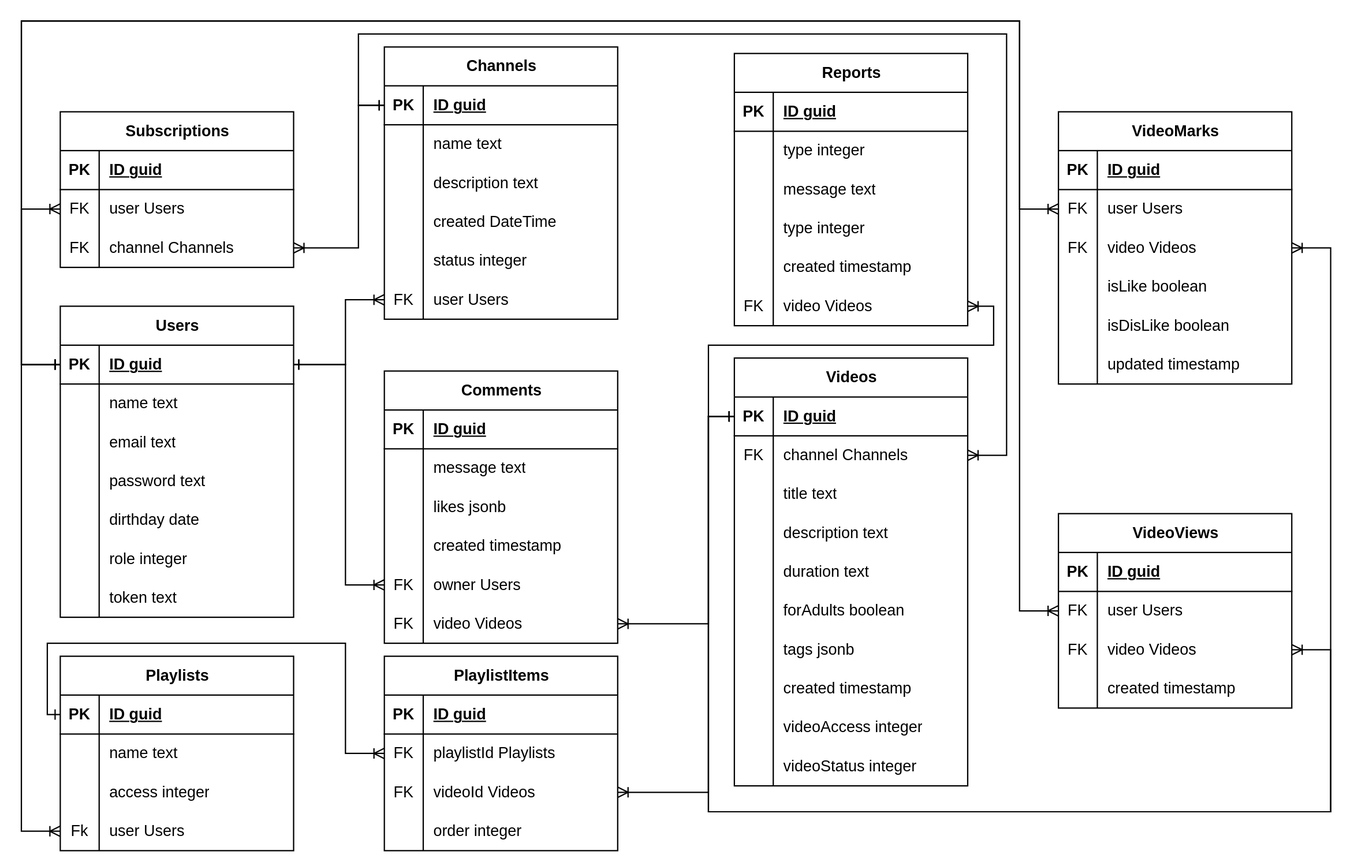
Above: BD.drawio.svg in DioMain/BYTUBE (draw.io), before the change. Source tidied: cells renumbered, new cells last; positions are measured from the earlier drawing's top-left corner, leaving out a move shared by most shapes.
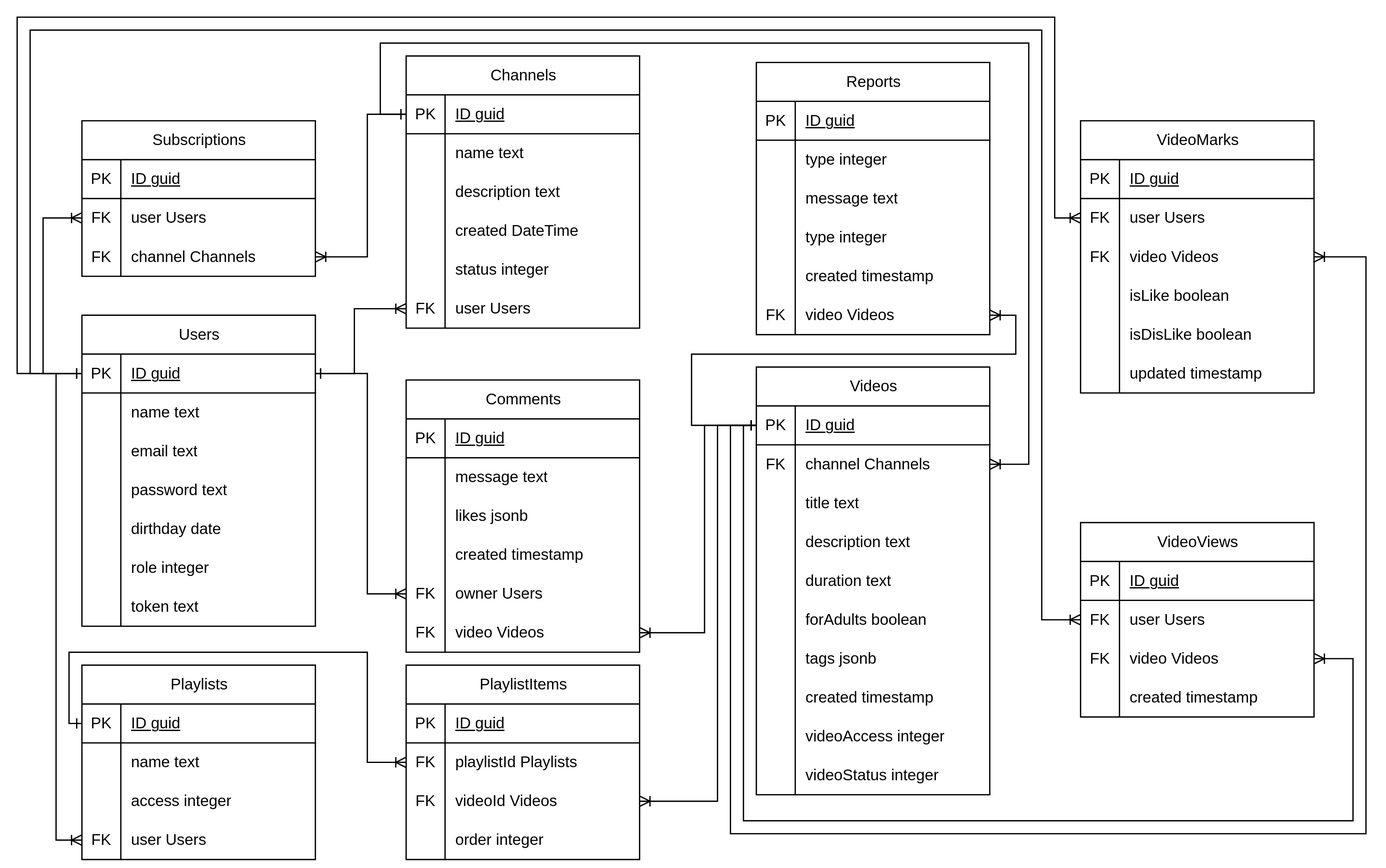
Above is the later version.

What changed in the source:
```diff
@@ -4,3 +4,3 @@
     <mxCell id="1" parent="0" />
-    <mxCell id="2" value="Users" style="shape=table;startSize=30;rowLines=0;fontStyle=1;align=center;html=1;" parent="1" vertex="1">
+    <mxCell id="2" value="Users" style="shape=table;startSize=30;rowLines=0;fontStyle=0;align=center;html=1;" parent="1" vertex="1">
       <mxGeometry x="30" y="220" width="180" height="240" as="geometry" />
@@ -10,6 +10,6 @@
     </mxCell>
-    <mxCell id="4" value="PK" style="shape=partialRectangle;fillColor=none;top=0;left=0;bottom=0;right=0;fontStyle=1;overflow=hidden;whiteSpace=wrap;html=1;" parent="3" vertex="1">
+    <mxCell id="4" value="PK" style="shape=partialRectangle;fillColor=none;top=0;left=0;bottom=0;right=0;fontStyle=0;overflow=hidden;whiteSpace=wrap;html=1;" parent="3" vertex="1">
       <mxGeometry width="30" height="30" as="geometry" />
     </mxCell>
-    <mxCell id="5" value="ID guid" style="shape=partialRectangle;fillColor=none;top=0;left=0;bottom=0;right=0;align=left;spacingLeft=6;fontStyle=5;overflow=hidden;whiteSpace=wrap;html=1;" parent="3" vertex="1">
+    <mxCell id="5" value="ID guid" style="shape=partialRectangle;fillColor=none;top=0;left=0;bottom=0;right=0;align=left;spacingLeft=6;fontStyle=4;overflow=hidden;whiteSpace=wrap;html=1;" parent="3" vertex="1">
       <mxGeometry x="30" width="150" height="30" as="geometry" />
@@ -70,3 +70,3 @@
     </mxCell>
-    <mxCell id="24" value="Channels" style="shape=table;startSize=30;rowLines=0;fontStyle=1;align=center;html=1;" parent="1" vertex="1">
+    <mxCell id="24" value="Channels" style="shape=table;startSize=30;rowLines=0;fontStyle=0;align=center;html=1;" parent="1" vertex="1">
       <mxGeometry x="280" y="20" width="180" height="210" as="geometry" />
@@ -76,6 +76,6 @@
     </mxCell>
-    <mxCell id="26" value="PK" style="shape=partialRectangle;fillColor=none;top=0;left=0;bottom=0;right=0;fontStyle=1;overflow=hidden;whiteSpace=wrap;html=1;" parent="25" vertex="1">
+    <mxCell id="26" value="PK" style="shape=partialRectangle;fillColor=none;top=0;left=0;bottom=0;right=0;fontStyle=0;overflow=hidden;whiteSpace=wrap;html=1;" parent="25" vertex="1">
       <mxGeometry width="30" height="30" as="geometry" />
     </mxCell>
-    <mxCell id="27" value="ID guid" style="shape=partialRectangle;fillColor=none;top=0;left=0;bottom=0;right=0;align=left;spacingLeft=6;fontStyle=5;overflow=hidden;whiteSpace=wrap;html=1;" parent="25" vertex="1">
+    <mxCell id="27" value="ID guid" style="shape=partialRectangle;fillColor=none;top=0;left=0;bottom=0;right=0;align=left;spacingLeft=6;fontStyle=4;overflow=hidden;whiteSpace=wrap;html=1;" parent="25" vertex="1">
       <mxGeometry x="30" width="150" height="30" as="geometry" />
@@ -127,3 +127,3 @@
     </mxCell>
-    <mxCell id="43" value="Videos" style="shape=table;startSize=30;rowLines=0;fontStyle=1;align=center;html=1;" parent="1" vertex="1">
+    <mxCell id="43" value="Videos" style="shape=table;startSize=30;rowLines=0;fontStyle=0;align=center;html=1;" parent="1" vertex="1">
       <mxGeometry x="550" y="260" width="180" height="330" as="geometry" />
@@ -133,6 +133,6 @@
     </mxCell>
-    <mxCell id="45" value="PK" style="shape=partialRectangle;fillColor=none;top=0;left=0;bottom=0;right=0;fontStyle=1;overflow=hidden;whiteSpace=wrap;html=1;" parent="44" vertex="1">
+    <mxCell id="45" value="PK" style="shape=partialRectangle;fillColor=none;top=0;left=0;bottom=0;right=0;fontStyle=0;overflow=hidden;whiteSpace=wrap;html=1;" parent="44" vertex="1">
       <mxGeometry width="30" height="30" as="geometry" />
     </mxCell>
-    <mxCell id="46" value="ID guid" style="shape=partialRectangle;fillColor=none;top=0;left=0;bottom=0;right=0;align=left;spacingLeft=6;fontStyle=5;overflow=hidden;whiteSpace=wrap;html=1;" parent="44" vertex="1">
+    <mxCell id="46" value="ID guid" style="shape=partialRectangle;fillColor=none;top=0;left=0;bottom=0;right=0;align=left;spacingLeft=6;fontStyle=4;overflow=hidden;whiteSpace=wrap;html=1;" parent="44" vertex="1">
       <mxGeometry x="30" width="150" height="30" as="geometry" />
@@ -220,3 +220,3 @@
     </mxCell>
-    <mxCell id="74" value="Subscriptions" style="shape=table;startSize=30;rowLines=0;fontStyle=1;align=center;html=1;" parent="1" vertex="1">
+    <mxCell id="74" value="&lt;span style=&quot;&quot;&gt;Subscriptions&lt;/span&gt;" style="shape=table;startSize=30;rowLines=0;fontStyle=0;align=center;html=1;" parent="1" vertex="1">
       <mxGeometry x="30" y="70" width="180" height="120" as="geometry" />
@@ -226,6 +226,6 @@
     </mxCell>
-    <mxCell id="76" value="PK" style="shape=partialRectangle;fillColor=none;top=0;left=0;bottom=0;right=0;fontStyle=1;overflow=hidden;whiteSpace=wrap;html=1;" parent="75" vertex="1">
+    <mxCell id="76" value="PK" style="shape=partialRectangle;fillColor=none;top=0;left=0;bottom=0;right=0;fontStyle=0;overflow=hidden;whiteSpace=wrap;html=1;" parent="75" vertex="1">
       <mxGeometry width="30" height="30" as="geometry" />
     </mxCell>
-    <mxCell id="77" value="ID guid" style="shape=partialRectangle;fillColor=none;top=0;left=0;bottom=0;right=0;align=left;spacingLeft=6;fontStyle=5;overflow=hidden;whiteSpace=wrap;html=1;" parent="75" vertex="1">
+    <mxCell id="77" value="ID guid" style="shape=partialRectangle;fillColor=none;top=0;left=0;bottom=0;right=0;align=left;spacingLeft=6;fontStyle=4;overflow=hidden;whiteSpace=wrap;html=1;" parent="75" vertex="1">
       <mxGeometry x="30" width="150" height="30" as="geometry" />
@@ -250,3 +250,3 @@
     </mxCell>
-    <mxCell id="84" value="Reports" style="shape=table;startSize=30;rowLines=0;fontStyle=1;align=center;html=1;" parent="1" vertex="1">
+    <mxCell id="84" value="Reports" style="shape=table;startSize=30;rowLines=0;fontStyle=0;align=center;html=1;" parent="1" vertex="1">
       <mxGeometry x="550" y="25" width="180" height="210" as="geometry" />
@@ -256,6 +256,6 @@
     </mxCell>
-    <mxCell id="86" value="PK" style="shape=partialRectangle;fillColor=none;top=0;left=0;bottom=0;right=0;fontStyle=1;overflow=hidden;whiteSpace=wrap;html=1;" parent="85" vertex="1">
+    <mxCell id="86" value="PK" style="shape=partialRectangle;fillColor=none;top=0;left=0;bottom=0;right=0;fontStyle=0;overflow=hidden;whiteSpace=wrap;html=1;" parent="85" vertex="1">
       <mxGeometry width="30" height="30" as="geometry" />
     </mxCell>
-    <mxCell id="87" value="ID guid" style="shape=partialRectangle;fillColor=none;top=0;left=0;bottom=0;right=0;align=left;spacingLeft=6;fontStyle=5;overflow=hidden;whiteSpace=wrap;html=1;" parent="85" vertex="1">
+    <mxCell id="87" value="ID guid" style="shape=partialRectangle;fillColor=none;top=0;left=0;bottom=0;right=0;align=left;spacingLeft=6;fontStyle=4;overflow=hidden;whiteSpace=wrap;html=1;" parent="85" vertex="1">
       <mxGeometry x="30" width="150" height="30" as="geometry" />
@@ -307,3 +307,3 @@
     </mxCell>
-    <mxCell id="103" value="Comments" style="shape=table;startSize=30;rowLines=0;fontStyle=1;align=center;html=1;" parent="1" vertex="1">
+    <mxCell id="103" value="Comments" style="shape=table;startSize=30;rowLines=0;fontStyle=0;align=center;html=1;" parent="1" vertex="1">
       <mxGeometry x="280" y="270" width="180" height="210" as="geometry" />
@@ -313,6 +313,6 @@
     </mxCell>
-    <mxCell id="105" value="PK" style="shape=partialRectangle;fillColor=none;top=0;left=0;bottom=0;right=0;fontStyle=1;overflow=hidden;whiteSpace=wrap;html=1;" parent="104" vertex="1">
+    <mxCell id="105" value="PK" style="shape=partialRectangle;fillColor=none;top=0;left=0;bottom=0;right=0;fontStyle=0;overflow=hidden;whiteSpace=wrap;html=1;" parent="104" vertex="1">
       <mxGeometry width="30" height="30" as="geometry" />
     </mxCell>
-    <mxCell id="106" value="ID guid" style="shape=partialRectangle;fillColor=none;top=0;left=0;bottom=0;right=0;align=left;spacingLeft=6;fontStyle=5;overflow=hidden;whiteSpace=wrap;html=1;" parent="104" vertex="1">
+    <mxCell id="106" value="ID guid" style="shape=partialRectangle;fillColor=none;top=0;left=0;bottom=0;right=0;align=left;spacingLeft=6;fontStyle=4;overflow=hidden;whiteSpace=wrap;html=1;" parent="104" vertex="1">
       <mxGeometry x="30" width="150" height="30" as="geometry" />
@@ -364,3 +364,3 @@
     </mxCell>
-    <mxCell id="122" value="PlaylistItems" style="shape=table;startSize=30;rowLines=0;fontStyle=1;align=center;html=1;" parent="1" vertex="1">
+    <mxCell id="122" value="PlaylistItems" style="shape=table;startSize=30;rowLines=0;fontStyle=0;align=center;html=1;" parent="1" vertex="1">
       <mxGeometry x="280" y="490" width="180" height="150" as="geometry" />
@@ -370,6 +370,6 @@
     </mxCell>
-    <mxCell id="124" value="PK" style="shape=partialRectangle;fillColor=none;top=0;left=0;bottom=0;right=0;fontStyle=1;overflow=hidden;whiteSpace=wrap;html=1;" parent="123" vertex="1">
+    <mxCell id="124" value="PK" style="shape=partialRectangle;fillColor=none;top=0;left=0;bottom=0;right=0;fontStyle=0;overflow=hidden;whiteSpace=wrap;html=1;" parent="123" vertex="1">
       <mxGeometry width="30" height="30" as="geometry" />
     </mxCell>
-    <mxCell id="125" value="ID guid" style="shape=partialRectangle;fillColor=none;top=0;left=0;bottom=0;right=0;align=left;spacingLeft=6;fontStyle=5;overflow=hidden;whiteSpace=wrap;html=1;" parent="123" vertex="1">
+    <mxCell id="125" value="ID guid" style="shape=partialRectangle;fillColor=none;top=0;left=0;bottom=0;right=0;align=left;spacingLeft=6;fontStyle=4;overflow=hidden;whiteSpace=wrap;html=1;" parent="123" vertex="1">
       <mxGeometry x="30" width="150" height="30" as="geometry" />
@@ -403,3 +403,3 @@
     </mxCell>
-    <mxCell id="135" value="Playlists" style="shape=table;startSize=30;rowLines=0;fontStyle=1;align=center;html=1;" parent="1" vertex="1">
+    <mxCell id="135" value="Playlists" style="shape=table;startSize=30;rowLines=0;fontStyle=0;align=center;html=1;" parent="1" vertex="1">
       <mxGeometry x="30" y="490" width="180" height="150" as="geometry" />
@@ -409,6 +409,6 @@
     </mxCell>
-    <mxCell id="137" value="PK" style="shape=partialRectangle;fillColor=none;top=0;left=0;bottom=0;right=0;fontStyle=1;overflow=hidden;whiteSpace=wrap;html=1;" parent="136" vertex="1">
+    <mxCell id="137" value="PK" style="shape=partialRectangle;fillColor=none;top=0;left=0;bottom=0;right=0;fontStyle=0;overflow=hidden;whiteSpace=wrap;html=1;" parent="136" vertex="1">
       <mxGeometry width="30" height="30" as="geometry" />
     </mxCell>
-    <mxCell id="138" value="ID guid" style="shape=partialRectangle;fillColor=none;top=0;left=0;bottom=0;right=0;align=left;spacingLeft=6;fontStyle=5;overflow=hidden;whiteSpace=wrap;html=1;" parent="136" vertex="1">
+    <mxCell id="138" value="ID guid" style="shape=partialRectangle;fillColor=none;top=0;left=0;bottom=0;right=0;align=left;spacingLeft=6;fontStyle=4;overflow=hidden;whiteSpace=wrap;html=1;" parent="136" vertex="1">
       <mxGeometry x="30" width="150" height="30" as="geometry" />
@@ -436,3 +436,3 @@
     </mxCell>
-    <mxCell id="146" value="Fk" style="shape=partialRectangle;fillColor=none;top=0;left=0;bottom=0;right=0;overflow=hidden;whiteSpace=wrap;html=1;" parent="145" vertex="1">
+    <mxCell id="146" value="FK" style="shape=partialRectangle;fillColor=none;top=0;left=0;bottom=0;right=0;overflow=hidden;whiteSpace=wrap;html=1;" parent="145" vertex="1">
       <mxGeometry width="30" height="30" as="geometry" />
@@ -445,4 +445,4 @@
         <Array as="points">
-          <mxPoint x="250" y="265" />
-          <mxPoint x="250" y="215" />
+          <mxPoint x="240" y="265" />
+          <mxPoint x="240" y="215" />
         </Array>
@@ -469,4 +469,4 @@
         <Array as="points">
-          <mxPoint x="260" y="65" />
-          <mxPoint x="260" y="175" />
+          <mxPoint x="250" y="65" />
+          <mxPoint x="250" y="175" />
         </Array>
@@ -492,3 +492,3 @@
     </mxCell>
-    <mxCell id="154" value="VideoMarks" style="shape=table;startSize=30;rowLines=0;fontStyle=1;align=center;html=1;" parent="1" vertex="1">
+    <mxCell id="154" value="VideoMarks" style="shape=table;startSize=30;rowLines=0;fontStyle=0;align=center;html=1;" parent="1" vertex="1">
       <mxGeometry x="800" y="70" width="180" height="210" as="geometry" />
@@ -498,6 +498,6 @@
     </mxCell>
-    <mxCell id="156" value="PK" style="shape=partialRectangle;fillColor=none;top=0;left=0;bottom=0;right=0;fontStyle=1;overflow=hidden;whiteSpace=wrap;html=1;" parent="155" vertex="1">
+    <mxCell id="156" value="PK" style="shape=partialRectangle;fillColor=none;top=0;left=0;bottom=0;right=0;fontStyle=0;overflow=hidden;whiteSpace=wrap;html=1;" parent="155" vertex="1">
       <mxGeometry width="30" height="30" as="geometry" />
     </mxCell>
-    <mxCell id="157" value="ID guid" style="shape=partialRectangle;fillColor=none;top=0;left=0;bottom=0;right=0;align=left;spacingLeft=6;fontStyle=5;overflow=hidden;whiteSpace=wrap;html=1;" parent="155" vertex="1">
+    <mxCell id="157" value="ID guid" style="shape=partialRectangle;fillColor=none;top=0;left=0;bottom=0;right=0;align=left;spacingLeft=6;fontStyle=4;overflow=hidden;whiteSpace=wrap;html=1;" parent="155" vertex="1">
       <mxGeometry x="30" width="150" height="30" as="geometry" />
@@ -549,3 +549,3 @@
     </mxCell>
-    <mxCell id="173" value="VideoViews" style="shape=table;startSize=30;rowLines=0;fontStyle=1;align=center;html=1;" parent="1" vertex="1">
+    <mxCell id="173" value="VideoViews" style="shape=table;startSize=30;rowLines=0;fontStyle=0;align=center;html=1;" parent="1" vertex="1">
       <mxGeometry x="800" y="380" width="180" height="150" as="geometry" />
@@ -555,6 +555,6 @@
     </mxCell>
-    <mxCell id="175" value="PK" style="shape=partialRectangle;fillColor=none;top=0;left=0;bottom=0;right=0;fontStyle=1;overflow=hidden;whiteSpace=wrap;html=1;" parent="174" vertex="1">
+    <mxCell id="175" value="PK" style="shape=partialRectangle;fillColor=none;top=0;left=0;bottom=0;right=0;fontStyle=0;overflow=hidden;whiteSpace=wrap;html=1;" parent="174" vertex="1">
       <mxGeometry width="30" height="30" as="geometry" />
     </mxCell>
-    <mxCell id="176" value="ID guid" style="shape=partialRectangle;fillColor=none;top=0;left=0;bottom=0;right=0;align=left;spacingLeft=6;fontStyle=5;overflow=hidden;whiteSpace=wrap;html=1;" parent="174" vertex="1">
+    <mxCell id="176" value="ID guid" style="shape=partialRectangle;fillColor=none;top=0;left=0;bottom=0;right=0;align=left;spacingLeft=6;fontStyle=4;overflow=hidden;whiteSpace=wrap;html=1;" parent="174" vertex="1">
       <mxGeometry x="30" width="150" height="30" as="geometry" />
@@ -591,4 +591,4 @@
         <Array as="points">
-          <mxPoint x="530" y="305" />
-          <mxPoint x="530" y="250" />
+          <mxPoint x="500" y="305" />
+          <mxPoint x="500" y="250" />
           <mxPoint x="750" y="250" />
@@ -601,4 +601,4 @@
         <Array as="points">
-          <mxPoint x="530" y="305" />
-          <mxPoint x="530" y="465" />
+          <mxPoint x="510" y="305" />
+          <mxPoint x="510" y="465" />
         </Array>
@@ -609,4 +609,4 @@
         <Array as="points">
-          <mxPoint x="530" y="305" />
-          <mxPoint x="530" y="595" />
+          <mxPoint x="520" y="305" />
+          <mxPoint x="520" y="595" />
         </Array>
@@ -617,4 +617,4 @@
         <Array as="points">
-          <mxPoint y="265" />
-          <mxPoint y="625" />
+          <mxPoint x="10" y="265" />
+          <mxPoint x="10" y="625" />
         </Array>
@@ -625,4 +625,4 @@
         <Array as="points">
-          <mxPoint x="530" y="305" />
-          <mxPoint x="530" y="610" />
+          <mxPoint x="540" y="305" />
+          <mxPoint x="540" y="610" />
           <mxPoint x="1010" y="610" />
@@ -647,5 +647,5 @@
           <mxPoint x="530" y="305" />
-          <mxPoint x="530" y="610" />
-          <mxPoint x="1010" y="610" />
-          <mxPoint x="1010" y="175" />
+          <mxPoint x="530" y="620" />
+          <mxPoint x="1020" y="620" />
+          <mxPoint x="1020" y="175" />
         </Array>
@@ -656,6 +656,6 @@
         <Array as="points">
-          <mxPoint y="265" />
-          <mxPoint />
-          <mxPoint x="770" />
-          <mxPoint x="770" y="145" />
+          <mxPoint x="-20" y="265" />
+          <mxPoint x="-20" y="-10" />
+          <mxPoint x="780" y="-10" />
+          <mxPoint x="780" y="145" />
         </Array>
@@ -666,4 +666,4 @@
         <Array as="points">
-          <mxPoint y="265" />
-          <mxPoint />
+          <mxPoint x="-10" y="265" />
+          <mxPoint x="-10" />
           <mxPoint x="770" />
```
